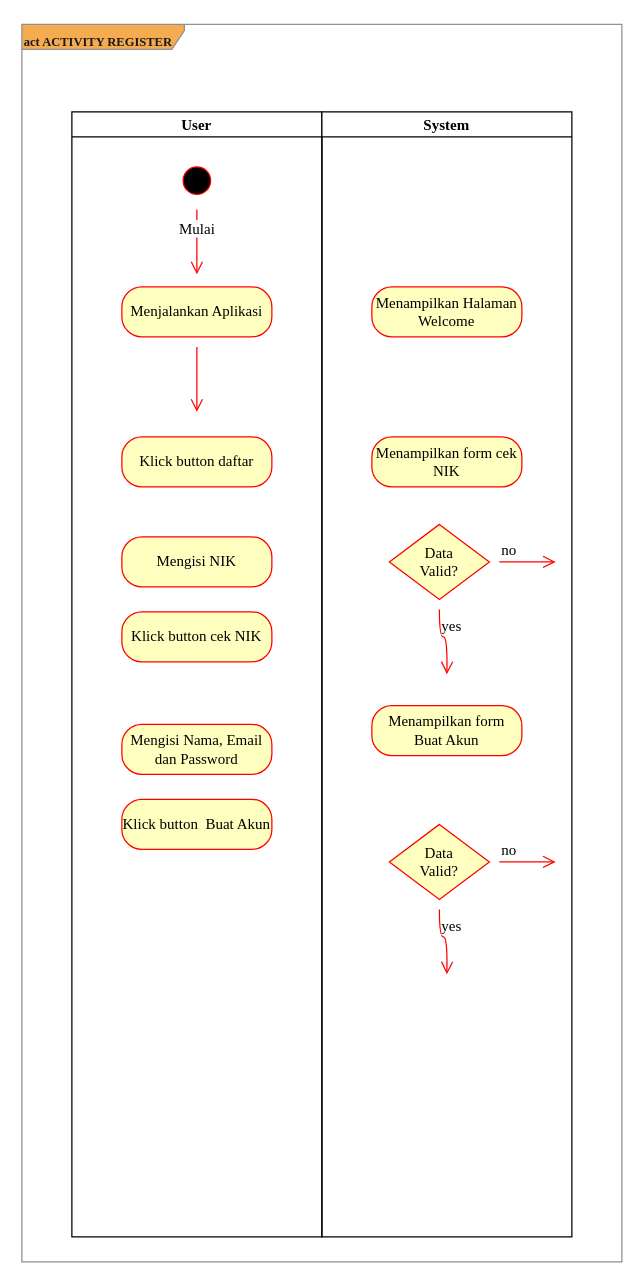
The draw.io diagram saga-activity-diagram-register.drawio in AkbarMarunduri/Saga-Diagram, before the edit. Source tidied: cells renumbered, new cells numbered last; positions are measured from the earlier drawing's top-left corner, leaving out a move shared by most shapes. Both pictures are drawn from the tidied source at 125%, with x=0, y=0 at pixel (21, 24).
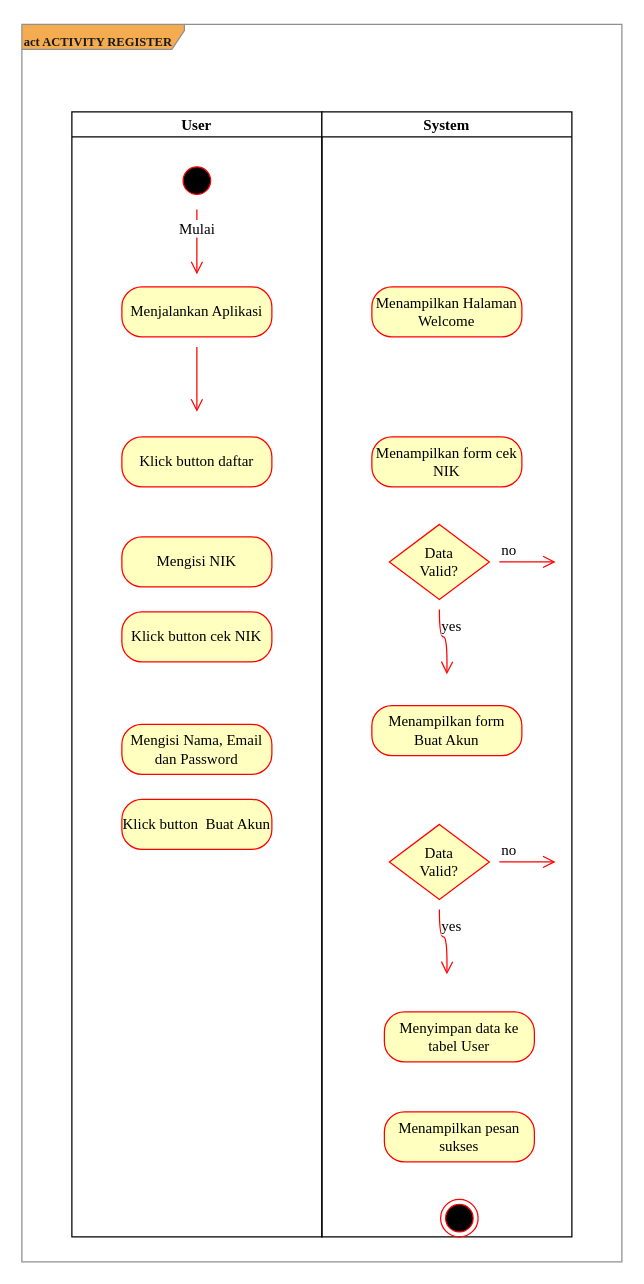
The same page after the edit.

Change to the diagram source:
```diff
@@
+    <mxCell id="23" value="Menyimpan data ke tabel User" style="rounded=1;whiteSpace=wrap;html=1;arcSize=40;fontColor=#000000;fillColor=#ffffc0;strokeColor=#ff0000;hachureGap=4;fontFamily=Times New Roman;fontSize=12;align=center;" parent="1" vertex="1">
+      <mxGeometry x="290" y="790" width="120" height="40" as="geometry" />
+    </mxCell>
+    <mxCell id="24" value="Menampilkan pesan sukses" style="rounded=1;whiteSpace=wrap;html=1;arcSize=40;fontColor=#000000;fillColor=#ffffc0;strokeColor=#ff0000;hachureGap=4;fontFamily=Times New Roman;fontSize=12;align=center;" parent="1" vertex="1">
+      <mxGeometry x="290" y="870" width="120" height="40" as="geometry" />
+    </mxCell>
+    <mxCell id="25" style="ellipse;html=1;shape=endState;fillColor=#000000;strokeColor=#ff0000;hachureGap=4;fontFamily=Times New Roman;fontSize=12;align=center;" parent="1" vertex="1">
+      <mxGeometry x="335" y="940" width="30" height="30" as="geometry" />
+    </mxCell>
```
